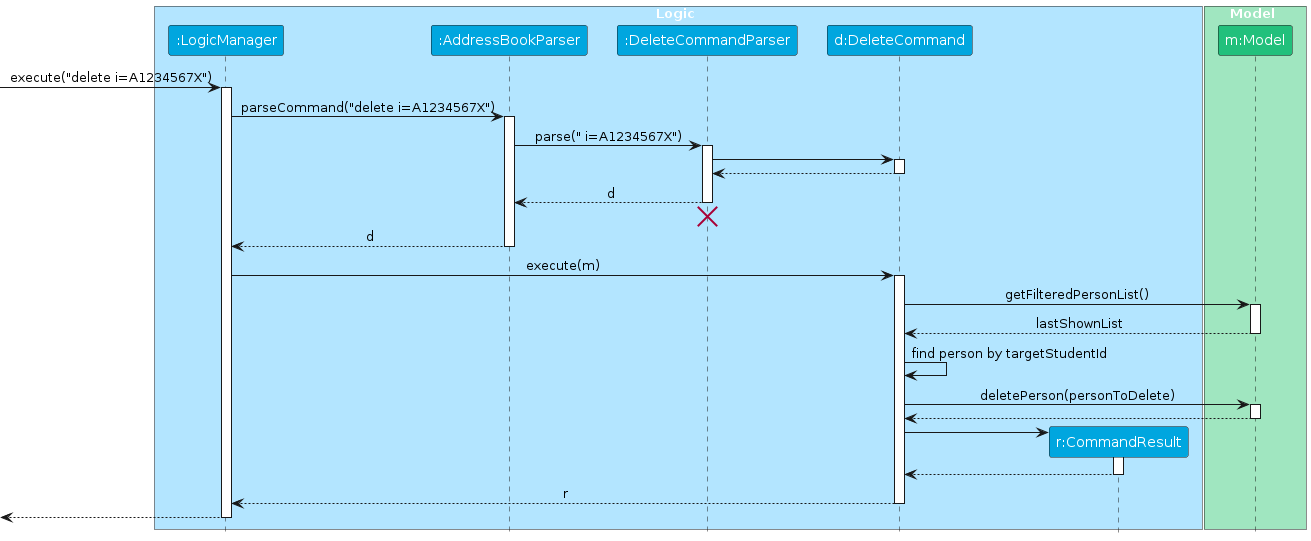
Above: diagrams/DeleteSequenceDiagram.png in dinhcodes/tp (PlantUML), before the change. Its source is kept beside it as diagrams/DeleteSequenceDiagram.puml. The source it was exported from:
```plantuml
@startuml
!include style.puml
skinparam ArrowFontStyle plain
skinparam DefaultFontStyle plain
skinparam SequenceParticipantFontStyle plain
skinparam SequenceMessageFontStyle plain
skinparam SequenceGroupFontStyle plain

box Logic LOGIC_COLOR_T1
participant ":LogicManager" as LogicManager LOGIC_COLOR
participant ":AddressBookParser" as AddressBookParser LOGIC_COLOR
participant ":DeleteCommandParser" as DeleteCommandParser LOGIC_COLOR
participant "d:DeleteCommand" as DeleteCommand LOGIC_COLOR
participant "r:CommandResult" as CommandResult LOGIC_COLOR
end box

box Model MODEL_COLOR_T1
participant "m:Model" as Model MODEL_COLOR
end box

[-> LogicManager : execute("delete i=A1234567X")
activate LogicManager

LogicManager -> AddressBookParser : parseCommand("delete i=A1234567X")
activate AddressBookParser

AddressBookParser -> DeleteCommandParser : parse(" i=A1234567X")
activate DeleteCommandParser

DeleteCommandParser -> DeleteCommand
activate DeleteCommand

DeleteCommand --> DeleteCommandParser :
deactivate DeleteCommand

DeleteCommandParser --> AddressBookParser : d
deactivate DeleteCommandParser
DeleteCommandParser -[hidden]-> AddressBookParser
destroy DeleteCommandParser

AddressBookParser --> LogicManager : d
deactivate AddressBookParser

LogicManager -> DeleteCommand : execute(m)
activate DeleteCommand

DeleteCommand -> Model : getFilteredPersonList()
activate Model
Model --> DeleteCommand : lastShownList
deactivate Model

DeleteCommand -> DeleteCommand : find person by targetStudentId

DeleteCommand -> Model : deletePerson(personToDelete)
activate Model

Model --> DeleteCommand
deactivate Model

create CommandResult
DeleteCommand -> CommandResult
activate CommandResult

CommandResult --> DeleteCommand
deactivate CommandResult

DeleteCommand --> LogicManager : r
deactivate DeleteCommand

[<--LogicManager
deactivate LogicManager
@enduml
```
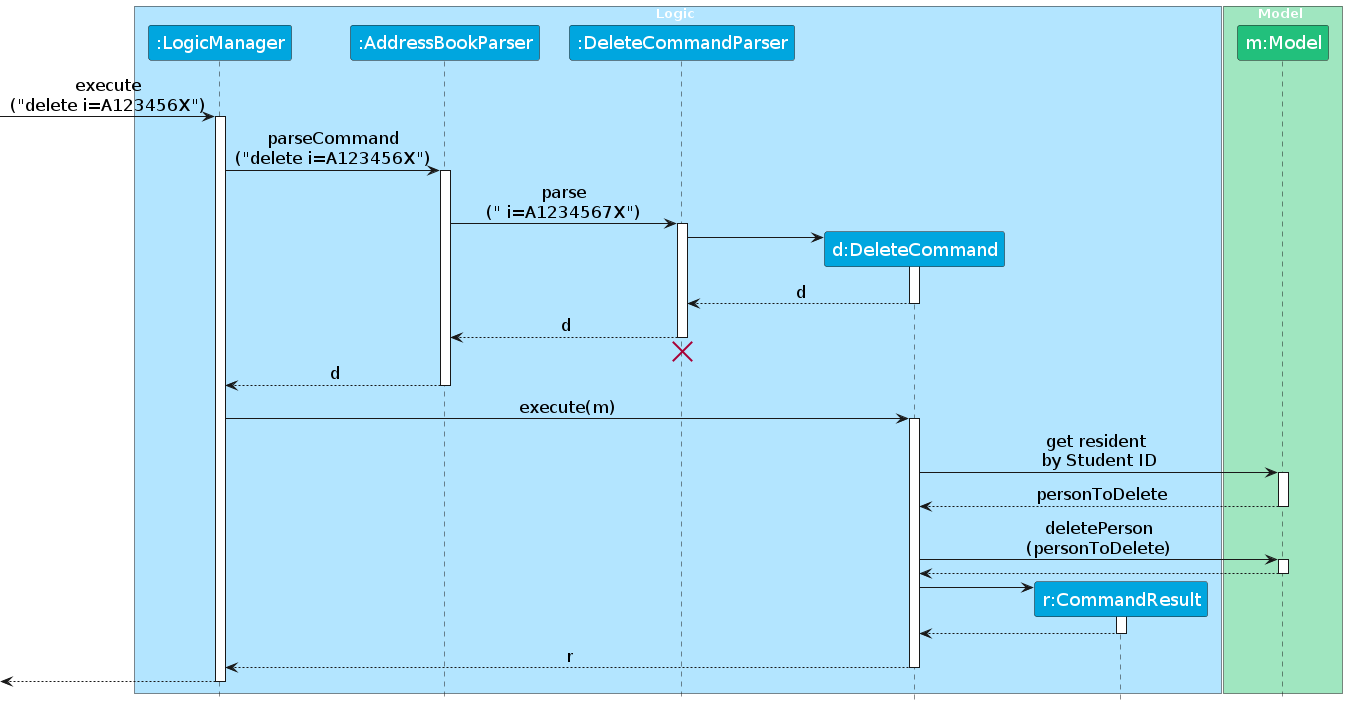
The same diagram one commit later.

What changed in the source:
```diff
@@ -1,10 +1,10 @@
 @startuml
 !include style.puml
 skinparam ArrowFontStyle plain
+skinparam ArrowFontSize 17
 skinparam DefaultFontStyle plain
 skinparam SequenceParticipantFontStyle plain
-skinparam SequenceMessageFontStyle plain
-skinparam SequenceGroupFontStyle plain
+skinparam ParticipantFontSize 18
 
 box Logic LOGIC_COLOR_T1
 participant ":LogicManager" as LogicManager LOGIC_COLOR
@@ -18,19 +18,20 @@
 participant "m:Model" as Model MODEL_COLOR
 end box
 
-[-> LogicManager : execute("delete i=A1234567X")
+[-> LogicManager : execute\n("delete i=A123456X")
 activate LogicManager
 
-LogicManager -> AddressBookParser : parseCommand("delete i=A1234567X")
+LogicManager -> AddressBookParser : parseCommand\n("delete i=A123456X")
 activate AddressBookParser
 
-AddressBookParser -> DeleteCommandParser : parse(" i=A1234567X")
+AddressBookParser -> DeleteCommandParser : parse\n(" i=A1234567X")
 activate DeleteCommandParser
 
+create DeleteCommand
 DeleteCommandParser -> DeleteCommand
 activate DeleteCommand
 
-DeleteCommand --> DeleteCommandParser :
+DeleteCommand --> DeleteCommandParser : d
 deactivate DeleteCommand
 
 DeleteCommandParser --> AddressBookParser : d
@@ -44,14 +45,12 @@
 LogicManager -> DeleteCommand : execute(m)
 activate DeleteCommand
 
-DeleteCommand -> Model : getFilteredPersonList()
+DeleteCommand -> Model : get resident \nby Student ID
 activate Model
-Model --> DeleteCommand : lastShownList
+Model --> DeleteCommand : personToDelete
 deactivate Model
 
-DeleteCommand -> DeleteCommand : find person by targetStudentId
-
-DeleteCommand -> Model : deletePerson(personToDelete)
+DeleteCommand -> Model : deletePerson\n(personToDelete)
 activate Model
 
 Model --> DeleteCommand
```
